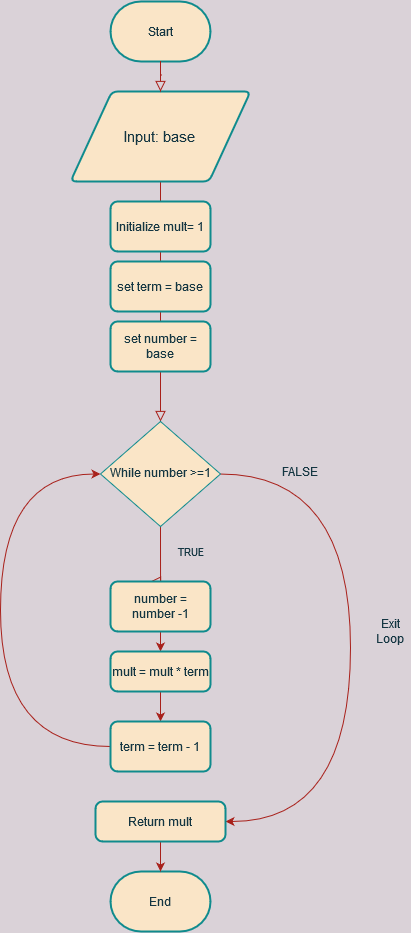
Before: Untitled Diagram.png, a diagram exported from draw.io (UUDeCART/decart_advanced_python_2018). Source tidied: cells renumbered, new cells last; positions are measured from the earlier drawing's top-left corner, leaving out a move shared by most shapes.
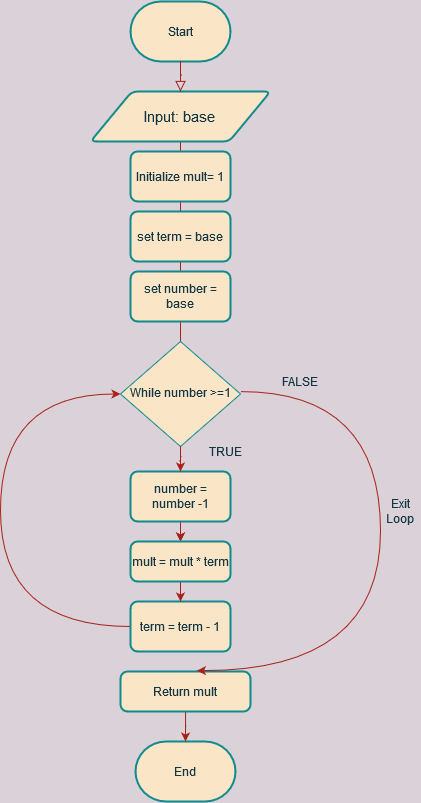
After the change.

What changed in the source:
```diff
@@ -2,7 +2,7 @@
   <root>
     <mxCell id="0" />
     <mxCell id="1" parent="0" />
-    <mxCell id="2" style="rounded=0;html=1;jettySize=auto;fontSize=11;endArrow=block;endFill=0;endSize=8;strokeWidth=1;shadow=0;labelBackgroundColor=none;edgeStyle=orthogonalEdgeStyle;curved=1;strokeColor=#A8201A;fontColor=#143642;entryX=0.5;entryY=0;entryDx=0;entryDy=0;" parent="1" edge="1" source="8" target="5">
+    <mxCell id="2" style="rounded=0;html=1;jettySize=auto;fontSize=11;endArrow=block;endFill=0;endSize=8;strokeWidth=1;shadow=0;labelBackgroundColor=none;edgeStyle=orthogonalEdgeStyle;strokeColor=#A8201A;fontColor=#143642;entryX=0.5;entryY=0;entryDx=0;entryDy=0;curved=1;" parent="1" edge="1" source="8" target="5">
       <mxGeometry relative="1" as="geometry">
         <Array as="points">
           <mxPoint x="160" y="390" />
@@ -10,80 +10,90 @@
         </Array>
       </mxGeometry>
     </mxCell>
-    <mxCell id="3" value="TRUE" style="rounded=0;html=1;jettySize=auto;fontSize=11;endArrow=block;endFill=0;endSize=8;strokeWidth=1;shadow=0;labelBackgroundColor=none;edgeStyle=orthogonalEdgeStyle;curved=1;strokeColor=#A8201A;fontColor=#143642;" parent="1" edge="1" source="5">
-      <mxGeometry x="-0.23" y="30" relative="1" as="geometry">
-        <mxPoint x="150" y="580" as="targetPoint" />
-        <Array as="points">
-          <mxPoint x="160" y="580" />
-        </Array>
-      </mxGeometry>
-    </mxCell>
-    <mxCell id="4" style="edgeStyle=orthogonalEdgeStyle;rounded=0;jettySize=auto;html=1;entryX=1;entryY=0.5;entryDx=0;entryDy=0;curved=1;strokeColor=#A8201A;fontColor=#143642;labelBackgroundColor=#DAD2D8;" parent="1" edge="1" source="5" target="22">
-      <mxGeometry relative="1" as="geometry">
-        <Array as="points">
-          <mxPoint x="350" y="473" />
-          <mxPoint x="350" y="820" />
-        </Array>
-      </mxGeometry>
-    </mxCell>
+    <mxCell id="23" style="edgeStyle=orthogonalEdgeStyle;curved=1;rounded=1;sketch=0;jettySize=auto;html=1;strokeColor=#A8201A;fillColor=#FAE5C7;fontColor=#143642;" parent="1" edge="1" source="14" target="18">
+      <mxGeometry relative="1" as="geometry" />
+    </mxCell>
     <mxCell id="5" value="While number &amp;gt;=1 " style="rhombus;whiteSpace=wrap;html=1;shadow=0;fontFamily=Helvetica;fontSize=12;align=center;strokeWidth=1;spacing=6;spacingTop=-4;fillColor=#FAE5C7;strokeColor=#0F8B8D;fontColor=#143642;" parent="1" vertex="1">
-      <mxGeometry x="100" y="420" width="120" height="105" as="geometry" />
+      <mxGeometry x="100" y="340" width="120" height="105" as="geometry" />
     </mxCell>
     <mxCell id="6" value="Start" style="strokeWidth=2;html=1;shape=mxgraph.flowchart.terminator;whiteSpace=wrap;fillColor=#FAE5C7;strokeColor=#0F8B8D;fontColor=#143642;" parent="1" vertex="1">
       <mxGeometry x="110" width="100" height="60" as="geometry" />
     </mxCell>
     <mxCell id="7" value="End" style="strokeWidth=2;html=1;shape=mxgraph.flowchart.terminator;whiteSpace=wrap;fillColor=#FAE5C7;strokeColor=#0F8B8D;fontColor=#143642;" parent="1" vertex="1">
-      <mxGeometry x="110" y="870" width="100" height="60" as="geometry" />
+      <mxGeometry x="115" y="740" width="100" height="60" as="geometry" />
     </mxCell>
     <mxCell id="8" value="&lt;div style=&quot;font-size: 15px&quot; align=&quot;center&quot;&gt;&lt;font style=&quot;font-size: 15px&quot;&gt;Input: base&lt;br&gt;&lt;/font&gt;&lt;/div&gt;" style="shape=parallelogram;html=1;strokeWidth=2;perimeter=parallelogramPerimeter;whiteSpace=wrap;rounded=1;arcSize=12;size=0.23;align=center;fillColor=#FAE5C7;strokeColor=#0F8B8D;fontColor=#143642;" parent="1" vertex="1">
-      <mxGeometry x="70" y="90" width="180" height="90" as="geometry" />
+      <mxGeometry x="70" y="90" width="180" height="50" as="geometry" />
     </mxCell>
-    <mxCell id="9" style="rounded=0;html=1;jettySize=auto;fontSize=11;endArrow=block;endFill=0;endSize=8;strokeWidth=1;shadow=0;labelBackgroundColor=none;edgeStyle=orthogonalEdgeStyle;curved=1;strokeColor=#A8201A;fontColor=#143642;" parent="1" edge="1" source="6" target="8">
+    <mxCell id="9" style="rounded=0;html=1;jettySize=auto;fontSize=11;endArrow=block;endFill=0;endSize=8;strokeWidth=1;shadow=0;labelBackgroundColor=none;edgeStyle=orthogonalEdgeStyle;strokeColor=#A8201A;fontColor=#143642;curved=1;" parent="1" edge="1" source="6" target="8">
       <mxGeometry relative="1" as="geometry" />
     </mxCell>
     <mxCell id="10" value="Initialize mult= 1" style="rounded=1;whiteSpace=wrap;html=1;absoluteArcSize=1;arcSize=14;strokeWidth=2;fillColor=#FAE5C7;strokeColor=#0F8B8D;fontColor=#143642;" parent="1" vertex="1">
-      <mxGeometry x="110" y="200" width="100" height="50" as="geometry" />
+      <mxGeometry x="110" y="150" width="100" height="50" as="geometry" />
     </mxCell>
     <mxCell id="11" value="set term = base" style="rounded=1;whiteSpace=wrap;html=1;absoluteArcSize=1;arcSize=14;strokeWidth=2;fillColor=#FAE5C7;strokeColor=#0F8B8D;fontColor=#143642;" parent="1" vertex="1">
-      <mxGeometry x="110" y="260" width="100" height="50" as="geometry" />
+      <mxGeometry x="110" y="210" width="100" height="50" as="geometry" />
     </mxCell>
     <mxCell id="12" value="set number = base" style="rounded=1;whiteSpace=wrap;html=1;absoluteArcSize=1;arcSize=14;strokeWidth=2;fillColor=#FAE5C7;strokeColor=#0F8B8D;fontColor=#143642;" parent="1" vertex="1">
-      <mxGeometry x="110" y="320" width="100" height="50" as="geometry" />
+      <mxGeometry x="110" y="270" width="100" height="50" as="geometry" />
     </mxCell>
-    <mxCell id="13" style="edgeStyle=orthogonalEdgeStyle;rounded=0;jettySize=auto;html=1;exitX=0.5;exitY=1;exitDx=0;exitDy=0;entryX=0.5;entryY=0;entryDx=0;entryDy=0;curved=1;strokeColor=#A8201A;fontColor=#143642;labelBackgroundColor=#DAD2D8;" parent="1" edge="1" source="14" target="18">
-      <mxGeometry relative="1" as="geometry" />
+    <mxCell id="13" style="edgeStyle=orthogonalEdgeStyle;rounded=0;jettySize=auto;html=1;exitX=0.5;exitY=1;exitDx=0;exitDy=0;entryX=0.5;entryY=0;entryDx=0;entryDy=0;strokeColor=#A8201A;fontColor=#143642;labelBackgroundColor=#DAD2D8;curved=1;" parent="1" edge="1" source="14" target="18">
+      <mxGeometry relative="1" as="geometry">
+        <Array as="points">
+          <mxPoint x="160" y="570" />
+          <mxPoint x="160" y="570" />
+        </Array>
+      </mxGeometry>
     </mxCell>
-    <mxCell id="14" value="&lt;div&gt;number = number -1&lt;/div&gt;" style="rounded=1;whiteSpace=wrap;html=1;absoluteArcSize=1;arcSize=14;strokeWidth=2;fillColor=#FAE5C7;strokeColor=#0F8B8D;fontColor=#143642;" parent="1" vertex="1">
-      <mxGeometry x="110" y="580" width="100" height="50" as="geometry" />
-    </mxCell>
+    <mxCell id="24" style="edgeStyle=orthogonalEdgeStyle;curved=1;rounded=1;sketch=0;jettySize=auto;html=1;entryX=0.5;entryY=0;entryDx=0;entryDy=0;strokeColor=#A8201A;fillColor=#FAE5C7;fontColor=#143642;" parent="1" edge="1" source="14" target="18">
+      <mxGeometry relative="1" as="geometry" />
+    </mxCell>
     <mxCell id="15" value="FALSE" style="text;html=1;strokeColor=none;fillColor=none;align=center;verticalAlign=middle;whiteSpace=wrap;rounded=0;fontColor=#143642;" parent="1" vertex="1">
-      <mxGeometry x="280" y="460" width="40" height="20" as="geometry" />
+      <mxGeometry x="260" y="370" width="40" height="20" as="geometry" />
     </mxCell>
     <mxCell id="16" value="Exit Loop" style="text;html=1;strokeColor=none;fillColor=none;align=center;verticalAlign=middle;whiteSpace=wrap;rounded=0;fontColor=#143642;" parent="1" vertex="1">
-      <mxGeometry x="370" y="620" width="40" height="20" as="geometry" />
+      <mxGeometry x="360" y="500" width="40" height="20" as="geometry" />
     </mxCell>
-    <mxCell id="17" style="edgeStyle=orthogonalEdgeStyle;rounded=0;jettySize=auto;html=1;curved=1;strokeColor=#A8201A;fontColor=#143642;labelBackgroundColor=#DAD2D8;" parent="1" edge="1" source="18" target="20">
-      <mxGeometry relative="1" as="geometry" />
-    </mxCell>
-    <mxCell id="18" value="mult = mult * term" style="rounded=1;whiteSpace=wrap;html=1;absoluteArcSize=1;arcSize=14;strokeWidth=2;fillColor=#FAE5C7;strokeColor=#0F8B8D;fontColor=#143642;" parent="1" vertex="1">
-      <mxGeometry x="110" y="650" width="100" height="40" as="geometry" />
-    </mxCell>
-    <mxCell id="19" style="edgeStyle=orthogonalEdgeStyle;rounded=0;jettySize=auto;html=1;exitX=0;exitY=0.5;exitDx=0;exitDy=0;entryX=0;entryY=0.5;entryDx=0;entryDy=0;curved=1;strokeColor=#A8201A;fontColor=#143642;labelBackgroundColor=#DAD2D8;" parent="1" edge="1" source="20" target="5">
+    <mxCell id="19" style="edgeStyle=orthogonalEdgeStyle;rounded=0;jettySize=auto;html=1;exitX=0;exitY=0.5;exitDx=0;exitDy=0;entryX=0;entryY=0.5;entryDx=0;entryDy=0;strokeColor=#A8201A;fontColor=#143642;labelBackgroundColor=#DAD2D8;curved=1;" parent="1" edge="1" source="20" target="5">
       <mxGeometry relative="1" as="geometry">
         <Array as="points">
-          <mxPoint y="745" />
-          <mxPoint y="473" />
+          <mxPoint x="-20" y="625" />
+          <mxPoint x="-20" y="393" />
         </Array>
       </mxGeometry>
     </mxCell>
     <mxCell id="20" value="term = term - 1" style="rounded=1;whiteSpace=wrap;html=1;absoluteArcSize=1;arcSize=14;strokeWidth=2;fillColor=#FAE5C7;strokeColor=#0F8B8D;fontColor=#143642;" parent="1" vertex="1">
-      <mxGeometry x="110" y="720" width="100" height="50" as="geometry" />
+      <mxGeometry x="110" y="600" width="100" height="50" as="geometry" />
     </mxCell>
-    <mxCell id="21" style="edgeStyle=orthogonalEdgeStyle;rounded=0;jettySize=auto;html=1;entryX=0.5;entryY=0;entryDx=0;entryDy=0;entryPerimeter=0;curved=1;strokeColor=#A8201A;fontColor=#143642;labelBackgroundColor=#DAD2D8;" parent="1" edge="1" source="22" target="7">
+    <mxCell id="21" style="edgeStyle=orthogonalEdgeStyle;rounded=0;jettySize=auto;html=1;entryX=0.5;entryY=0;entryDx=0;entryDy=0;entryPerimeter=0;strokeColor=#A8201A;fontColor=#143642;labelBackgroundColor=#DAD2D8;curved=1;" parent="1" edge="1" source="22" target="7">
       <mxGeometry relative="1" as="geometry" />
     </mxCell>
     <mxCell id="22" value="Return mult" style="rounded=1;whiteSpace=wrap;html=1;absoluteArcSize=1;arcSize=14;strokeWidth=2;fillColor=#FAE5C7;strokeColor=#0F8B8D;fontColor=#143642;" parent="1" vertex="1">
-      <mxGeometry x="95" y="800" width="130" height="40" as="geometry" />
+      <mxGeometry x="100" y="670" width="130" height="40" as="geometry" />
     </mxCell>
+    <mxCell id="17" style="edgeStyle=orthogonalEdgeStyle;curved=1;rounded=1;sketch=0;jettySize=auto;html=1;entryX=0.5;entryY=0;entryDx=0;entryDy=0;strokeColor=#A8201A;fillColor=#FAE5C7;fontColor=#143642;" parent="1" edge="1" source="18" target="20">
+      <mxGeometry relative="1" as="geometry" />
+    </mxCell>
+    <mxCell id="18" value="mult = mult * term" style="rounded=1;whiteSpace=wrap;html=1;absoluteArcSize=1;arcSize=14;strokeWidth=2;fillColor=#FAE5C7;strokeColor=#0F8B8D;fontColor=#143642;" parent="1" vertex="1">
+      <mxGeometry x="110" y="540" width="100" height="40" as="geometry" />
+    </mxCell>
+    <mxCell id="25" style="edgeStyle=orthogonalEdgeStyle;rounded=0;jettySize=auto;html=1;exitX=0;exitY=0.5;exitDx=0;exitDy=0;entryX=0.588;entryY=-0.022;entryDx=0;entryDy=0;strokeColor=#A8201A;fontColor=#143642;labelBackgroundColor=#DAD2D8;curved=1;entryPerimeter=0;" parent="1" edge="1" target="22">
+      <mxGeometry relative="1" as="geometry">
+        <mxPoint x="220" y="390.1" as="sourcePoint" />
+        <Array as="points">
+          <mxPoint x="360" y="390" />
+          <mxPoint x="360" y="669" />
+        </Array>
+      </mxGeometry>
+    </mxCell>
+    <mxCell id="14" value="&lt;div&gt;number = number -1&lt;/div&gt;" style="rounded=1;whiteSpace=wrap;html=1;absoluteArcSize=1;arcSize=14;strokeWidth=2;fillColor=#FAE5C7;strokeColor=#0F8B8D;fontColor=#143642;" parent="1" vertex="1">
+      <mxGeometry x="110" y="470" width="100" height="50" as="geometry" />
+    </mxCell>
+    <mxCell id="26" style="edgeStyle=orthogonalEdgeStyle;curved=1;rounded=1;sketch=0;jettySize=auto;html=1;strokeColor=#A8201A;fillColor=#FAE5C7;fontColor=#143642;" parent="1" edge="1" source="5" target="14">
+      <mxGeometry relative="1" as="geometry" />
+    </mxCell>
+    <mxCell id="3" value="TRUE" style="text;html=1;strokeColor=none;fillColor=none;align=center;verticalAlign=middle;whiteSpace=wrap;rounded=0;fontColor=#143642;" parent="1" vertex="1">
+      <mxGeometry x="170" y="440" width="70" height="20" as="geometry" />
+    </mxCell>
   </root>
 </mxGraphModel>
```
